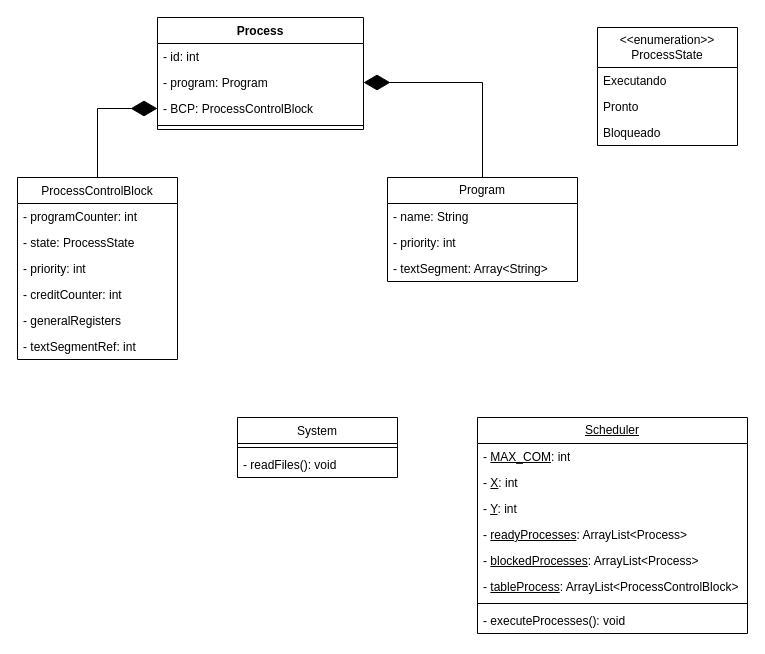
Above: ClassDiagram.drawio in le-affes/ep_so (draw.io), before the change. Source tidied: cells renumbered, new cells numbered last; positions are measured from the earlier drawing's top-left corner, leaving out a move shared by most shapes. Both pictures are drawn from the tidied source at 100%, with x=0, y=0 at pixel (17, 17).
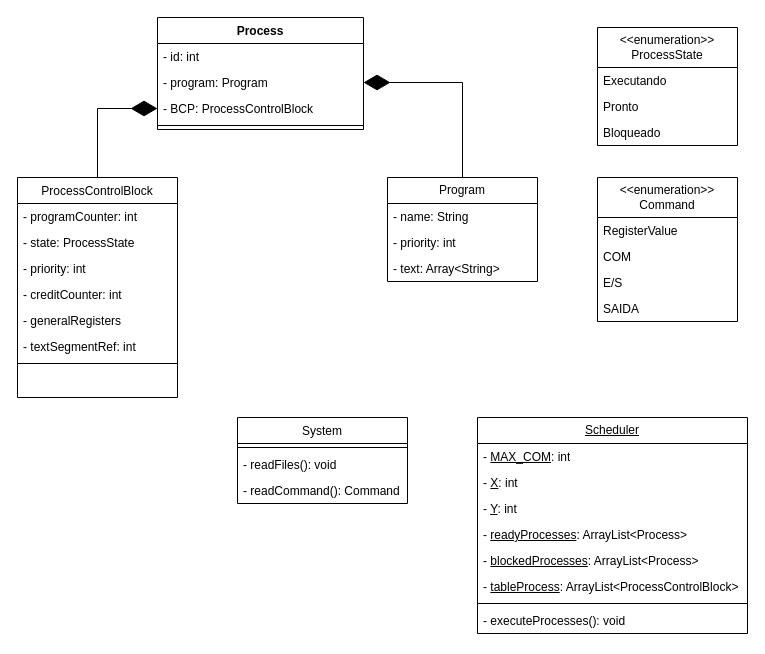
The same page after the edit.

What changed in the source:
```diff
@@
     <mxCell id="3" value="ProcessControlBlock" style="swimlane;fontStyle=0;align=center;verticalAlign=top;horizontal=1;startSize=26;rounded=0;shadow=0;strokeWidth=1;" parent="1" vertex="1">
-      <mxGeometry y="160" width="160" height="182" as="geometry" />
+      <mxGeometry y="160" width="160" height="220" as="geometry" />
     </mxCell>
@@
+    <mxCell id="36" style="line;html=1;strokeWidth=1;align=left;verticalAlign=middle;spacingTop=-1;spacingLeft=3;spacingRight=3;labelPosition=right;" parent="3" vertex="1">
+      <mxGeometry y="182" width="160" height="8" as="geometry" />
+    </mxCell>
@@
     <mxCell id="29" value="Program" style="swimlane;fontStyle=0;horizontal=1;startSize=26;fillColor=none;whiteSpace=wrap;html=1;" parent="1" vertex="1">
-      <mxGeometry x="370" y="160" width="190" height="104" as="geometry" />
+      <mxGeometry x="370" y="160" width="150" height="104" as="geometry" />
     </mxCell>
     <mxCell id="30" value="- name: String" style="text;strokeColor=none;fillColor=none;align=left;verticalAlign=top;spacingLeft=4;spacingRight=4;overflow=hidden;whiteSpace=wrap;html=1;" parent="29" vertex="1">
-      <mxGeometry y="26" width="190" height="26" as="geometry" />
+      <mxGeometry y="26" width="150" height="26" as="geometry" />
     </mxCell>
     <mxCell id="31" value="- priority: int" style="text;strokeColor=none;fillColor=none;align=left;verticalAlign=top;spacingLeft=4;spacingRight=4;overflow=hidden;whiteSpace=wrap;html=1;" parent="29" vertex="1">
-      <mxGeometry y="52" width="190" height="26" as="geometry" />
+      <mxGeometry y="52" width="150" height="26" as="geometry" />
     </mxCell>
-    <mxCell id="32" value="- textSegment: Array&amp;lt;String&amp;gt;" style="text;strokeColor=none;fillColor=none;align=left;verticalAlign=top;spacingLeft=4;spacingRight=4;overflow=hidden;whiteSpace=wrap;html=1;" parent="29" vertex="1">
-      <mxGeometry y="78" width="190" height="26" as="geometry" />
+    <mxCell id="32" value="- text: Array&amp;lt;String&amp;gt;" style="text;strokeColor=none;fillColor=none;align=left;verticalAlign=top;spacingLeft=4;spacingRight=4;overflow=hidden;whiteSpace=wrap;html=1;" parent="29" vertex="1">
+      <mxGeometry y="78" width="150" height="26" as="geometry" />
     </mxCell>
     <mxCell id="33" value="System" style="swimlane;fontStyle=0;align=center;verticalAlign=top;horizontal=1;startSize=26;rounded=0;shadow=0;strokeWidth=1;" parent="1" vertex="1">
-      <mxGeometry x="220" y="400" width="160" height="60" as="geometry" />
+      <mxGeometry x="220" y="400" width="170" height="86" as="geometry" />
     </mxCell>
     <mxCell id="34" style="line;html=1;strokeWidth=1;align=left;verticalAlign=middle;spacingTop=-1;spacingLeft=3;spacingRight=3;labelPosition=right;" parent="33" vertex="1">
-      <mxGeometry y="26" width="160" height="8" as="geometry" />
+      <mxGeometry y="26" width="170" height="8" as="geometry" />
     </mxCell>
     <mxCell id="35" value="- readFiles(): void" style="text;align=left;verticalAlign=top;spacingLeft=4;spacingRight=4;overflow=hidden;" parent="33" vertex="1">
-      <mxGeometry y="34" width="160" height="26" as="geometry" />
+      <mxGeometry y="34" width="170" height="26" as="geometry" />
     </mxCell>
+    <mxCell id="37" value="- readCommand(): Command" style="text;align=left;verticalAlign=top;spacingLeft=4;spacingRight=4;overflow=hidden;" parent="33" vertex="1">
+      <mxGeometry y="60" width="170" height="26" as="geometry" />
+    </mxCell>
+    <mxCell id="38" value="&amp;lt;&amp;lt;enumeration&amp;gt;&amp;gt;&lt;br&gt;Command" style="swimlane;fontStyle=0;horizontal=1;startSize=40;fillColor=none;whiteSpace=wrap;html=1;" parent="1" vertex="1">
+      <mxGeometry x="580" y="160" width="140" height="144" as="geometry" />
+    </mxCell>
+    <mxCell id="39" value="RegisterValue" style="text;strokeColor=none;fillColor=none;align=left;verticalAlign=top;spacingLeft=4;spacingRight=4;overflow=hidden;whiteSpace=wrap;html=1;" parent="38" vertex="1">
+      <mxGeometry y="40" width="140" height="26" as="geometry" />
+    </mxCell>
+    <mxCell id="40" value="COM" style="text;strokeColor=none;fillColor=none;align=left;verticalAlign=top;spacingLeft=4;spacingRight=4;overflow=hidden;whiteSpace=wrap;html=1;" parent="38" vertex="1">
+      <mxGeometry y="66" width="140" height="26" as="geometry" />
+    </mxCell>
+    <mxCell id="41" value="E/S" style="text;strokeColor=none;fillColor=none;align=left;verticalAlign=top;spacingLeft=4;spacingRight=4;overflow=hidden;whiteSpace=wrap;html=1;" parent="38" vertex="1">
+      <mxGeometry y="92" width="140" height="26" as="geometry" />
+    </mxCell>
+    <mxCell id="42" value="SAIDA" style="text;strokeColor=none;fillColor=none;align=left;verticalAlign=top;spacingLeft=4;spacingRight=4;overflow=hidden;whiteSpace=wrap;html=1;" parent="38" vertex="1">
+      <mxGeometry y="118" width="140" height="26" as="geometry" />
+    </mxCell>
```
